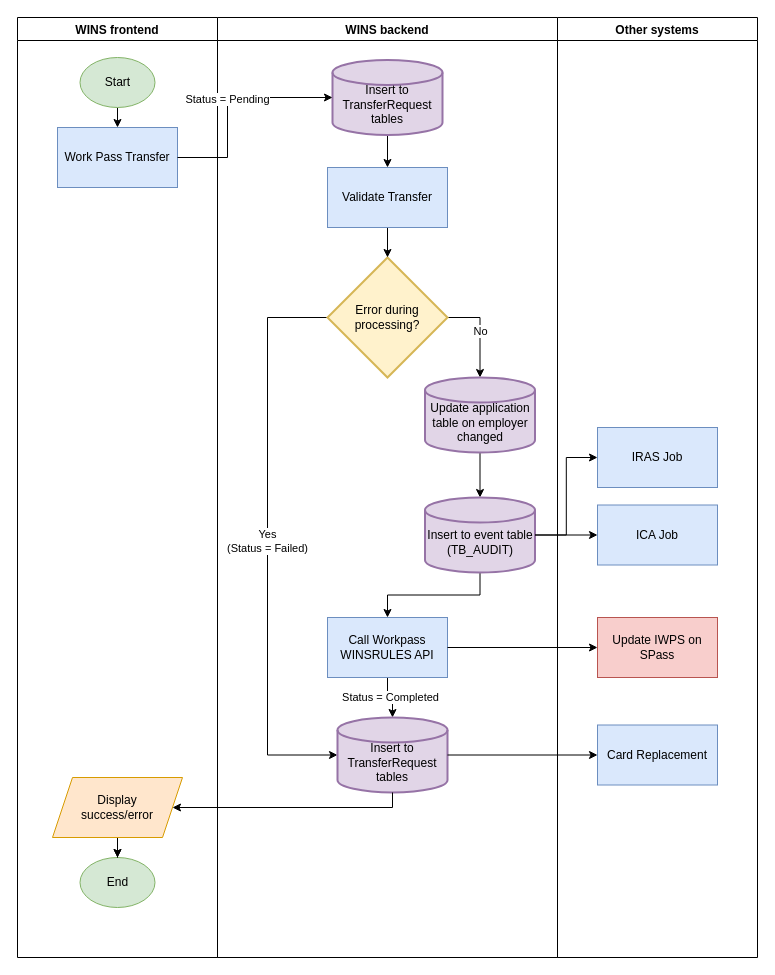
Above: main/workpasstransfer.drawio in joselynlim/drawio (draw.io), before the change. Source tidied: cells renumbered, new cells numbered last; positions are measured from the earlier drawing's top-left corner, leaving out a move shared by most shapes. Both pictures are drawn from the tidied source at 100%, with x=0, y=0 at pixel (17, 17).
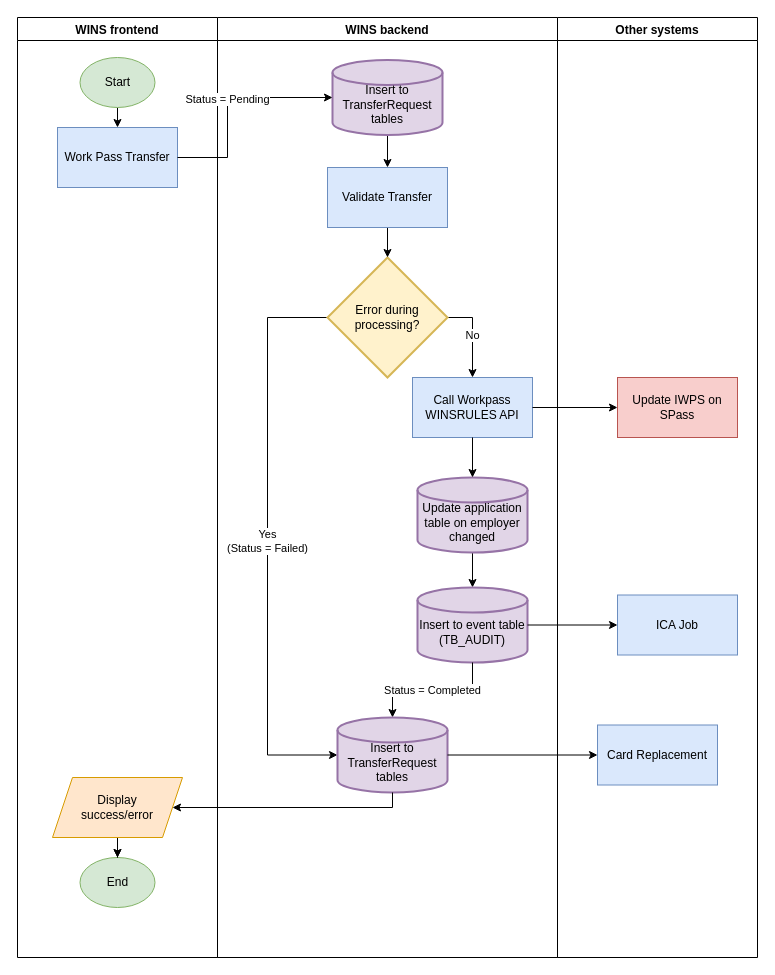
After the change.

Unchanged cells that the change refers to:
```xml
<mxCell id="10" value="WINS backend" style="swimlane;" parent="1" vertex="1">
  <mxGeometry x="200" width="340" height="940" as="geometry" />
</mxCell>
<mxCell id="15" value="Error during processing?" style="strokeWidth=2;html=1;shape=mxgraph.flowchart.decision;whiteSpace=wrap;fillColor=#fff2cc;strokeColor=#d6b656;" parent="10" vertex="1">
  <mxGeometry x="110" y="240" width="120" height="120" as="geometry" />
</mxCell>
<mxCell id="24" value="&lt;br&gt;Insert to TransferRequest tables" style="strokeWidth=2;html=1;shape=mxgraph.flowchart.database;whiteSpace=wrap;fillColor=#e1d5e7;strokeColor=#9673a6;" parent="10" vertex="1">
  <mxGeometry x="120" y="700" width="110" height="75" as="geometry" />
</mxCell>
<mxCell id="25" value="Other systems" style="swimlane;" parent="1" vertex="1">
  <mxGeometry x="540" width="200" height="940" as="geometry" />
</mxCell>
```

Change to the diagram source:
```diff
@@
-    <mxCell id="13" value="No" style="edgeStyle=orthogonalEdgeStyle;rounded=0;jettySize=auto;html=1;exitX=1;exitY=0.5;exitDx=0;exitDy=0;exitPerimeter=0;entryX=0.5;entryY=0;entryDx=0;entryDy=0;entryPerimeter=0;" parent="10" edge="1" source="15" target="17">
+    <mxCell id="13" value="No" style="edgeStyle=orthogonalEdgeStyle;rounded=0;jettySize=auto;html=1;exitX=1;exitY=0.5;exitDx=0;exitDy=0;exitPerimeter=0;entryX=0.5;entryY=0;entryDx=0;entryDy=0;" parent="10" edge="1" source="15" target="21">
       <mxGeometry relative="1" as="geometry" />
     </mxCell>
@@
     <mxCell id="17" value="&lt;br&gt;Update application table on employer changed" style="strokeWidth=2;html=1;shape=mxgraph.flowchart.database;whiteSpace=wrap;fillColor=#e1d5e7;strokeColor=#9673a6;" parent="10" vertex="1">
-      <mxGeometry x="207.5" y="360" width="110" height="75" as="geometry" />
+      <mxGeometry x="200" y="460" width="110" height="75" as="geometry" />
     </mxCell>
-    <mxCell id="18" style="edgeStyle=orthogonalEdgeStyle;rounded=0;jettySize=auto;html=1;exitX=0.5;exitY=1;exitDx=0;exitDy=0;exitPerimeter=0;entryX=0.5;entryY=0;entryDx=0;entryDy=0;" parent="10" edge="1" source="19" target="21">
-      <mxGeometry relative="1" as="geometry" />
-    </mxCell>
     <mxCell id="19" value="&lt;br&gt;Insert to event table (TB_AUDIT)" style="strokeWidth=2;html=1;shape=mxgraph.flowchart.database;whiteSpace=wrap;fillColor=#e1d5e7;strokeColor=#9673a6;" parent="10" vertex="1">
-      <mxGeometry x="207.5" y="480" width="110" height="75" as="geometry" />
+      <mxGeometry x="200" y="570" width="110" height="75" as="geometry" />
     </mxCell>
-    <mxCell id="20" value="Status = Completed" style="edgeStyle=orthogonalEdgeStyle;rounded=0;jettySize=auto;html=1;exitX=0.5;exitY=1;exitDx=0;exitDy=0;entryX=0.5;entryY=0;entryDx=0;entryDy=0;entryPerimeter=0;" parent="10" edge="1" source="21" target="24">
+    <mxCell id="20" value="Status = Completed" style="edgeStyle=orthogonalEdgeStyle;rounded=0;jettySize=auto;html=1;entryX=0.5;entryY=0;entryDx=0;entryDy=0;entryPerimeter=0;" parent="10" edge="1" source="19" target="24">
       <mxGeometry relative="1" as="geometry" />
     </mxCell>
     <mxCell id="21" value="Call Workpass WINSRULES API" style="rounded=0;whiteSpace=wrap;html=1;fillColor=#dae8fc;strokeColor=#6c8ebf;" parent="10" vertex="1">
-      <mxGeometry x="110" y="600" width="120" height="60" as="geometry" />
+      <mxGeometry x="195" y="360" width="120" height="60" as="geometry" />
     </mxCell>
@@
+    <mxCell id="36" style="edgeStyle=orthogonalEdgeStyle;rounded=0;jettySize=auto;html=1;entryX=0.5;entryY=0;entryDx=0;entryDy=0;entryPerimeter=0;" parent="10" edge="1" source="21" target="17">
+      <mxGeometry relative="1" as="geometry" />
+    </mxCell>
@@
     <mxCell id="26" value="ICA Job" style="rounded=0;whiteSpace=wrap;html=1;fillColor=#dae8fc;strokeColor=#6c8ebf;" parent="25" vertex="1">
-      <mxGeometry x="40" y="487.5" width="120" height="60" as="geometry" />
+      <mxGeometry x="60" y="577.5" width="120" height="60" as="geometry" />
     </mxCell>
     <mxCell id="27" value="Update IWPS on SPass" style="rounded=0;whiteSpace=wrap;html=1;fillColor=#f8cecc;strokeColor=#b85450;" parent="25" vertex="1">
-      <mxGeometry x="40" y="600" width="120" height="60" as="geometry" />
+      <mxGeometry x="60" y="360" width="120" height="60" as="geometry" />
     </mxCell>
@@
-    <mxCell id="29" value="IRAS Job" style="rounded=0;whiteSpace=wrap;html=1;fillColor=#dae8fc;strokeColor=#6c8ebf;" parent="25" vertex="1">
-      <mxGeometry x="40" y="410" width="120" height="60" as="geometry" />
-    </mxCell>
@@
-    <mxCell id="35" style="edgeStyle=orthogonalEdgeStyle;rounded=0;jettySize=auto;html=1;exitX=1;exitY=0.5;exitDx=0;exitDy=0;exitPerimeter=0;entryX=0;entryY=0.5;entryDx=0;entryDy=0;" parent="1" edge="1" source="19" target="29">
-      <mxGeometry relative="1" as="geometry" />
-    </mxCell>
```
